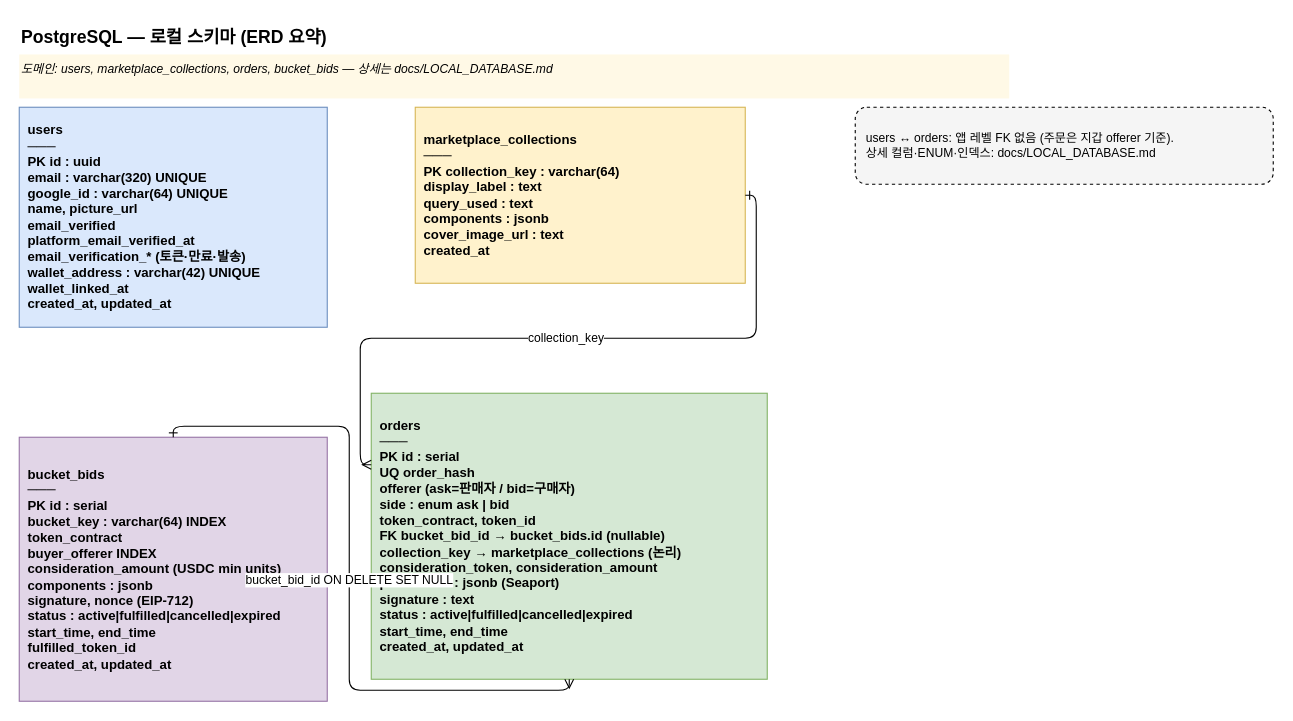
Above: page "03-C-PostgreSQL-ERD" (4 of 7) of docs/diagrams/tokenable-all-diagrams.drawio in tokenable-dev/tokenable-dev (draw.io), before the change. Source tidied: cells renumbered, new cells numbered last; positions are measured from the earlier drawing's top-left corner, leaving out a move shared by most shapes. Both pictures are drawn from the tidied source at 110%, with x=0, y=0 at pixel (19, 19).
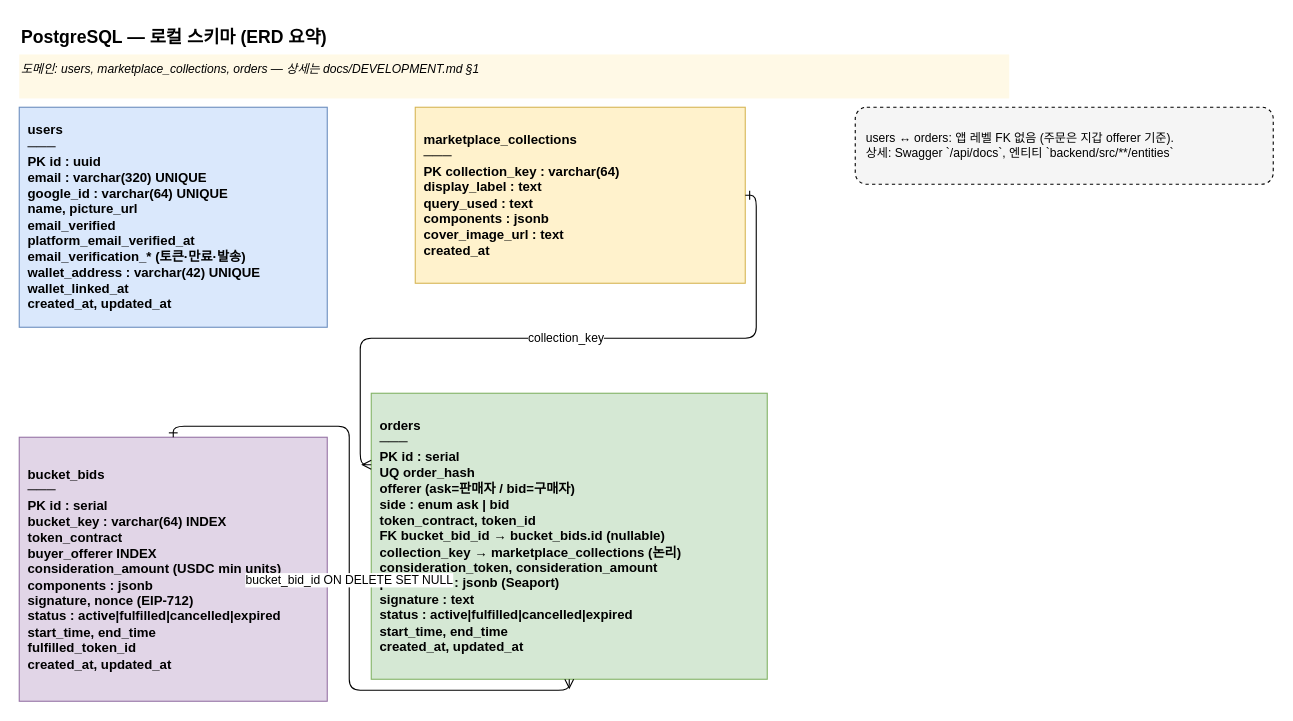
The same page after the edit.

Diff of the diagram source:
```diff
@@
 <mxGraphModel>
   <root>
     <mxCell id="0" />
     <mxCell id="1" parent="0" />
     <mxCell id="2" value="PostgreSQL — 로컬 스키마 (ERD 요약)" style="text;html=1;fontSize=16;fontStyle=1;align=left;" parent="1" vertex="1">
       <mxGeometry width="520" height="28" as="geometry" />
     </mxCell>
-    <mxCell id="3" value="도메인: users, marketplace_collections, orders, bucket_bids — 상세는 docs/LOCAL_DATABASE.md" style="text;html=1;fontSize=11;fontStyle=2;align=left;fillColor=#fff9e6;" parent="1" vertex="1">
+    <mxCell id="3" value="도메인: users, marketplace_collections, orders — 상세는 docs/DEVELOPMENT.md §1" style="text;html=1;fontSize=11;fontStyle=2;align=left;fillColor=#fff9e6;" parent="1" vertex="1">
       <mxGeometry y="32" width="900" height="40" as="geometry" />
     </mxCell>
     <mxCell id="4" value="users&#10;───&#10;PK  id : uuid&#10;    email : varchar(320) UNIQUE&#10;    google_id : varchar(64) UNIQUE&#10;    name, picture_url&#10;    email_verified&#10;    platform_email_verified_at&#10;    email_verification_* (토큰·만료·발송)&#10;    wallet_address : varchar(42) UNIQUE&#10;    wallet_linked_at&#10;    created_at, updated_at" style="rounded=0;whiteSpace=wrap;html=1;fontStyle=1;align=left;spacingLeft=6;fillColor=#dae8fc;strokeColor=#6c8ebf;" parent="1" vertex="1">
       <mxGeometry y="80" width="280" height="200" as="geometry" />
     </mxCell>
     <mxCell id="5" value="marketplace_collections&#10;───&#10;PK  collection_key : varchar(64)&#10;    display_label : text&#10;    query_used : text&#10;    components : jsonb&#10;    cover_image_url : text&#10;    created_at" style="rounded=0;whiteSpace=wrap;html=1;fontStyle=1;align=left;spacingLeft=6;fillColor=#fff2cc;strokeColor=#d6b656;" parent="1" vertex="1">
       <mxGeometry x="360" y="80" width="300" height="160" as="geometry" />
     </mxCell>
     <mxCell id="6" value="orders&#10;───&#10;PK  id : serial&#10;UQ  order_hash&#10;    offerer (ask=판매자 / bid=구매자)&#10;    side : enum ask | bid&#10;    token_contract, token_id&#10;FK  bucket_bid_id → bucket_bids.id (nullable)&#10;    collection_key → marketplace_collections (논리)&#10;    consideration_token, consideration_amount&#10;    parameters : jsonb (Seaport)&#10;    signature : text&#10;    status : active|fulfilled|cancelled|expired&#10;    start_time, end_time&#10;    created_at, updated_at" style="rounded=0;whiteSpace=wrap;html=1;fontStyle=1;align=left;spacingLeft=6;fillColor=#d5e8d4;strokeColor=#82b366;" parent="1" vertex="1">
       <mxGeometry x="320" y="340" width="360" height="260" as="geometry" />
     </mxCell>
     <mxCell id="7" value="bucket_bids&#10;───&#10;PK  id : serial&#10;    bucket_key : varchar(64) INDEX&#10;    token_contract&#10;    buyer_offerer INDEX&#10;    consideration_amount (USDC min units)&#10;    components : jsonb&#10;    signature, nonce (EIP-712)&#10;    status : active|fulfilled|cancelled|expired&#10;    start_time, end_time&#10;    fulfilled_token_id&#10;    created_at, updated_at" style="rounded=0;whiteSpace=wrap;html=1;fontStyle=1;align=left;spacingLeft=6;fillColor=#e1d5e7;strokeColor=#9673a6;" parent="1" vertex="1">
       <mxGeometry y="380" width="280" height="240" as="geometry" />
     </mxCell>
     <mxCell id="8" value="collection_key" style="endArrow=ERmany;startArrow=ERone;endFill=0;startFill=0;html=1;exitX=1;exitY=0.5;entryX=0;entryY=0.25;edgeStyle=orthogonalEdgeStyle;" parent="1" edge="1" source="5" target="6">
       <mxGeometry relative="1" as="geometry" />
     </mxCell>
     <mxCell id="9" value="bucket_bid_id ON DELETE SET NULL" style="endArrow=ERmany;startArrow=ERone;endFill=0;startFill=0;html=1;exitX=0.5;exitY=0;entryX=0.5;entryY=1;edgeStyle=orthogonalEdgeStyle;" parent="1" edge="1" source="7" target="6">
       <mxGeometry relative="1" as="geometry" />
     </mxCell>
-    <mxCell id="10" value="users ↔ orders: 앱 레벨 FK 없음 (주문은 지갑 offerer 기준).&#10;상세 컬럼·ENUM·인덱스: docs/LOCAL_DATABASE.md" style="rounded=1;whiteSpace=wrap;html=1;align=left;fillColor=#f5f5f5;dashed=1;fontSize=11;spacingLeft=8;" parent="1" vertex="1">
+    <mxCell id="10" value="users ↔ orders: 앱 레벨 FK 없음 (주문은 지갑 offerer 기준).&#10;상세: Swagger `/api/docs`, 엔티티 `backend/src/**/entities`" style="rounded=1;whiteSpace=wrap;html=1;align=left;fillColor=#f5f5f5;dashed=1;fontSize=11;spacingLeft=8;" parent="1" vertex="1">
       <mxGeometry x="760" y="80" width="380" height="70" as="geometry" />
     </mxCell>
   </root>
 </mxGraphModel>
```
